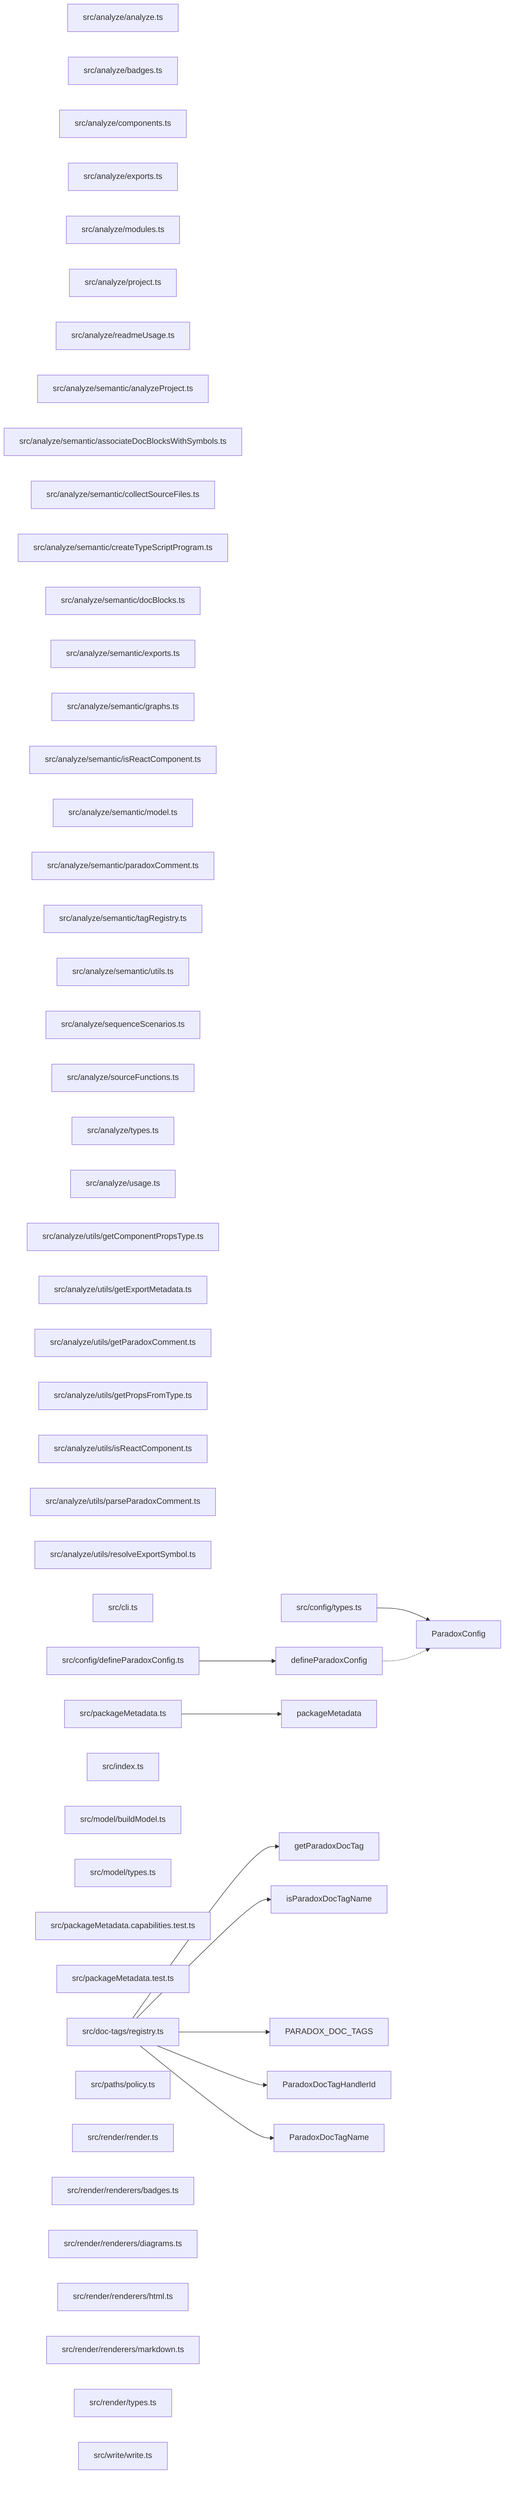
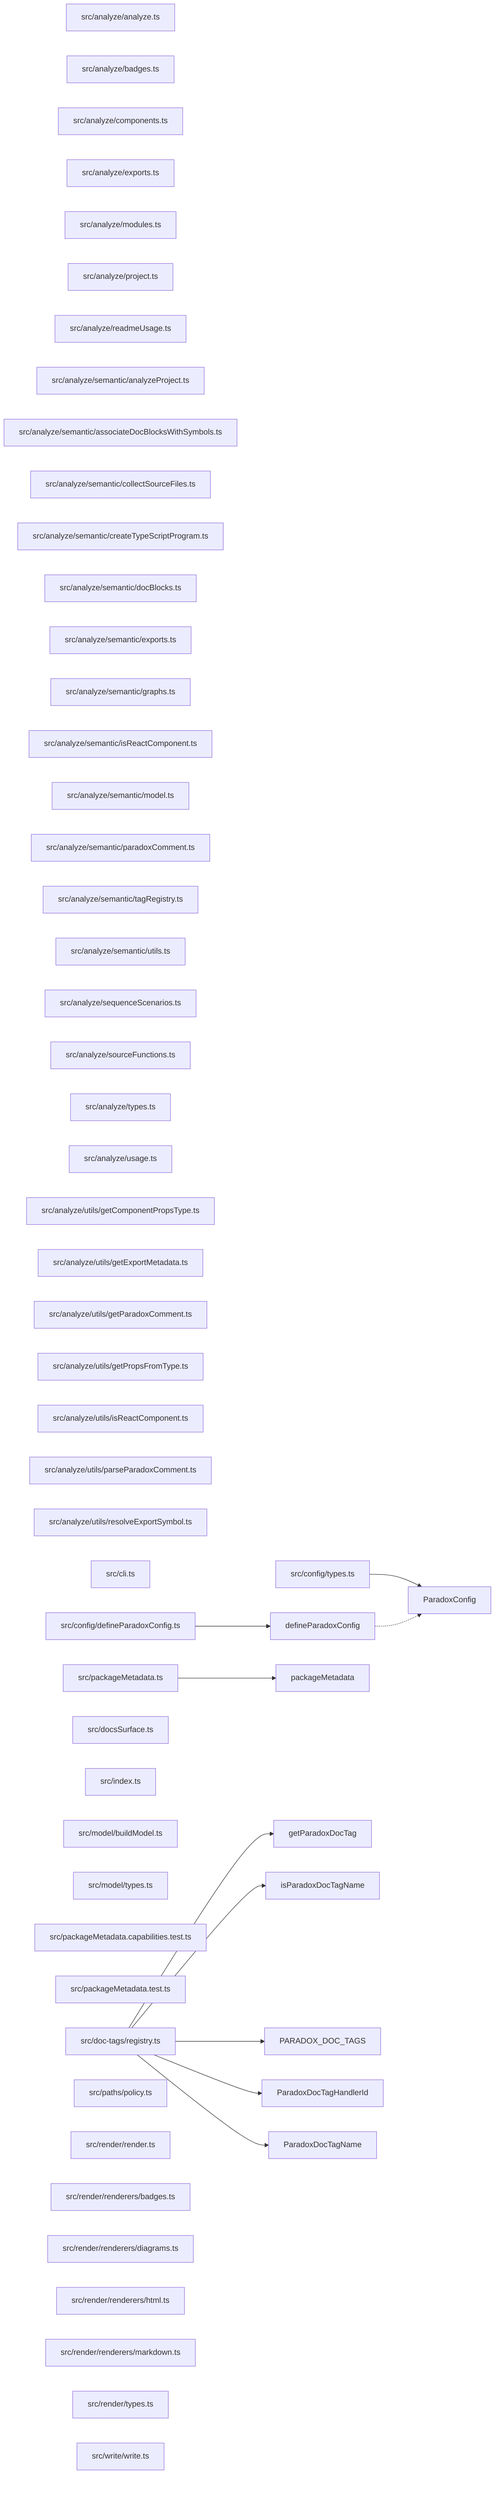
graph LR
  module_src_analyze_analyze_ts["src/analyze/analyze.ts"]
  module_src_analyze_badges_ts["src/analyze/badges.ts"]
  module_src_analyze_components_ts["src/analyze/components.ts"]
  module_src_analyze_exports_ts["src/analyze/exports.ts"]
  module_src_analyze_modules_ts["src/analyze/modules.ts"]
  module_src_analyze_project_ts["src/analyze/project.ts"]
  module_src_analyze_readmeUsage_ts["src/analyze/readmeUsage.ts"]
  module_src_analyze_semantic_analyzeProject_ts["src/analyze/semantic/analyzeProject.ts"]
  module_src_analyze_semantic_associateDocBlocksWithSymbols_ts["src/analyze/semantic/associateDocBlocksWithSymbols.ts"]
  module_src_analyze_semantic_collectSourceFiles_ts["src/analyze/semantic/collectSourceFiles.ts"]
  module_src_analyze_semantic_createTypeScriptProgram_ts["src/analyze/semantic/createTypeScriptProgram.ts"]
  module_src_analyze_semantic_docBlocks_ts["src/analyze/semantic/docBlocks.ts"]
  module_src_analyze_semantic_exports_ts["src/analyze/semantic/exports.ts"]
  module_src_analyze_semantic_graphs_ts["src/analyze/semantic/graphs.ts"]
  module_src_analyze_semantic_isReactComponent_ts["src/analyze/semantic/isReactComponent.ts"]
  module_src_analyze_semantic_model_ts["src/analyze/semantic/model.ts"]
  module_src_analyze_semantic_paradoxComment_ts["src/analyze/semantic/paradoxComment.ts"]
  module_src_analyze_semantic_tagRegistry_ts["src/analyze/semantic/tagRegistry.ts"]
  module_src_analyze_semantic_utils_ts["src/analyze/semantic/utils.ts"]
  module_src_analyze_sequenceScenarios_ts["src/analyze/sequenceScenarios.ts"]
  module_src_analyze_sourceFunctions_ts["src/analyze/sourceFunctions.ts"]
  module_src_analyze_types_ts["src/analyze/types.ts"]
  module_src_analyze_usage_ts["src/analyze/usage.ts"]
  module_src_analyze_utils_getComponentPropsType_ts["src/analyze/utils/getComponentPropsType.ts"]
  module_src_analyze_utils_getExportMetadata_ts["src/analyze/utils/getExportMetadata.ts"]
  module_src_analyze_utils_getParadoxComment_ts["src/analyze/utils/getParadoxComment.ts"]
  module_src_analyze_utils_getPropsFromType_ts["src/analyze/utils/getPropsFromType.ts"]
  module_src_analyze_utils_isReactComponent_ts["src/analyze/utils/isReactComponent.ts"]
  module_src_analyze_utils_parseParadoxComment_ts["src/analyze/utils/parseParadoxComment.ts"]
  module_src_analyze_utils_resolveExportSymbol_ts["src/analyze/utils/resolveExportSymbol.ts"]
  module_src_cli_ts["src/cli.ts"]
  module_src_config_defineParadoxConfig_ts["src/config/defineParadoxConfig.ts"]
  module_src_config_types_ts["src/config/types.ts"]
  module_src_doc_tags_registry_ts["src/doc-tags/registry.ts"]
+   module_src_docsSurface_ts["src/docsSurface.ts"]
  module_src_index_ts["src/index.ts"]
  module_src_model_buildModel_ts["src/model/buildModel.ts"]
  module_src_model_types_ts["src/model/types.ts"]
  module_src_packageMetadata_capabilities_test_ts["src/packageMetadata.capabilities.test.ts"]
  module_src_packageMetadata_test_ts["src/packageMetadata.test.ts"]
  module_src_packageMetadata_ts["src/packageMetadata.ts"]
  module_src_paths_policy_ts["src/paths/policy.ts"]
  module_src_render_render_ts["src/render/render.ts"]
  module_src_render_renderers_badges_ts["src/render/renderers/badges.ts"]
  module_src_render_renderers_diagrams_ts["src/render/renderers/diagrams.ts"]
  module_src_render_renderers_html_ts["src/render/renderers/html.ts"]
  module_src_render_renderers_markdown_ts["src/render/renderers/markdown.ts"]
  module_src_render_types_ts["src/render/types.ts"]
  module_src_write_write_ts["src/write/write.ts"]
  export_defineParadoxConfig["defineParadoxConfig"]
  module_src_config_defineParadoxConfig_ts --> export_defineParadoxConfig
  export_defineParadoxConfig -.-> export_ParadoxConfig
  export_getParadoxDocTag["getParadoxDocTag"]
  module_src_doc_tags_registry_ts --> export_getParadoxDocTag
  export_isParadoxDocTagName["isParadoxDocTagName"]
  module_src_doc_tags_registry_ts --> export_isParadoxDocTagName
  export_packageMetadata["packageMetadata"]
  module_src_packageMetadata_ts --> export_packageMetadata
  export_PARADOX_DOC_TAGS["PARADOX_DOC_TAGS"]
  module_src_doc_tags_registry_ts --> export_PARADOX_DOC_TAGS
  export_ParadoxConfig["ParadoxConfig"]
  module_src_config_types_ts --> export_ParadoxConfig
  export_ParadoxDocTagHandlerId["ParadoxDocTagHandlerId"]
  module_src_doc_tags_registry_ts --> export_ParadoxDocTagHandlerId
  export_ParadoxDocTagName["ParadoxDocTagName"]
  module_src_doc_tags_registry_ts --> export_ParadoxDocTagName
